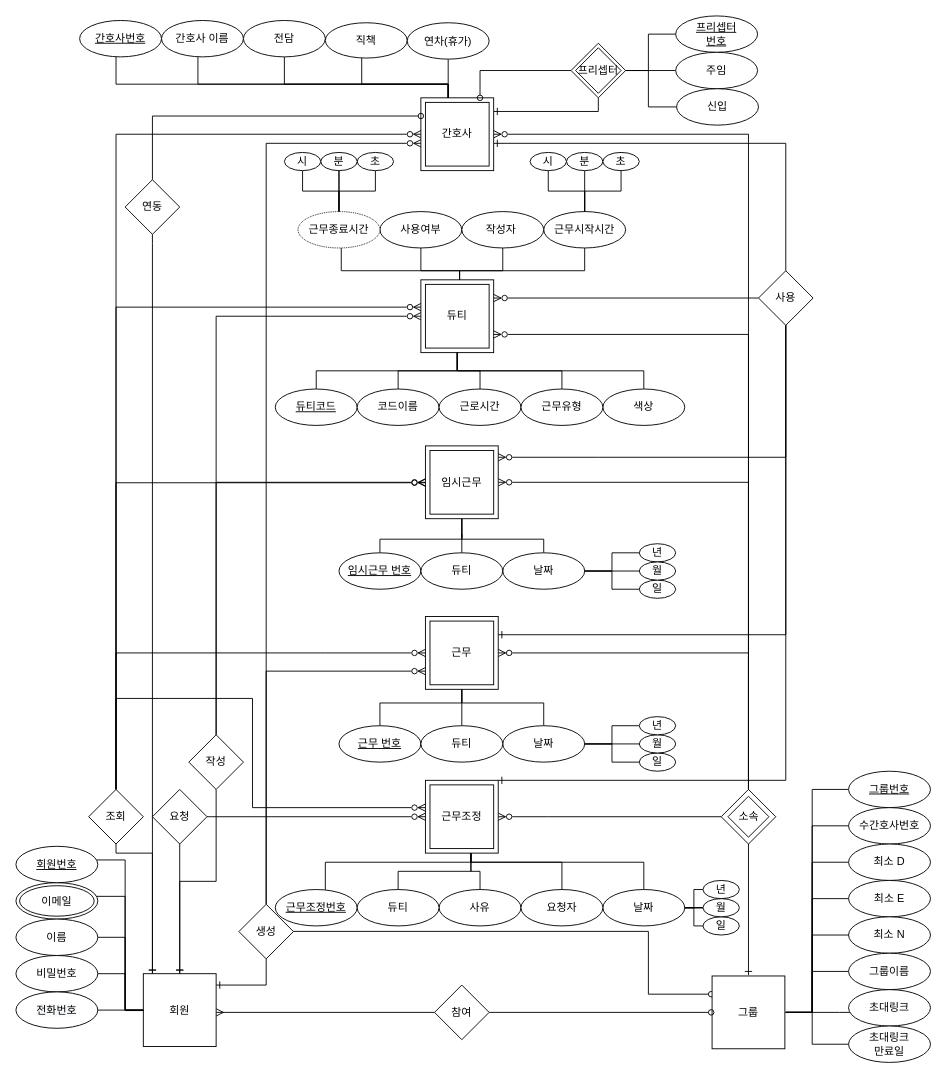
This is Untitled Diagram.drawio from pyoyeongun/webdanseom, a draw.io file, before an edit. Source tidied: cells renumbered, new cells numbered last; positions are measured from the earlier drawing's top-left corner, leaving out a move shared by most shapes. Both pictures are drawn from the tidied source at 91%, with x=0, y=0 at pixel (15, 15).
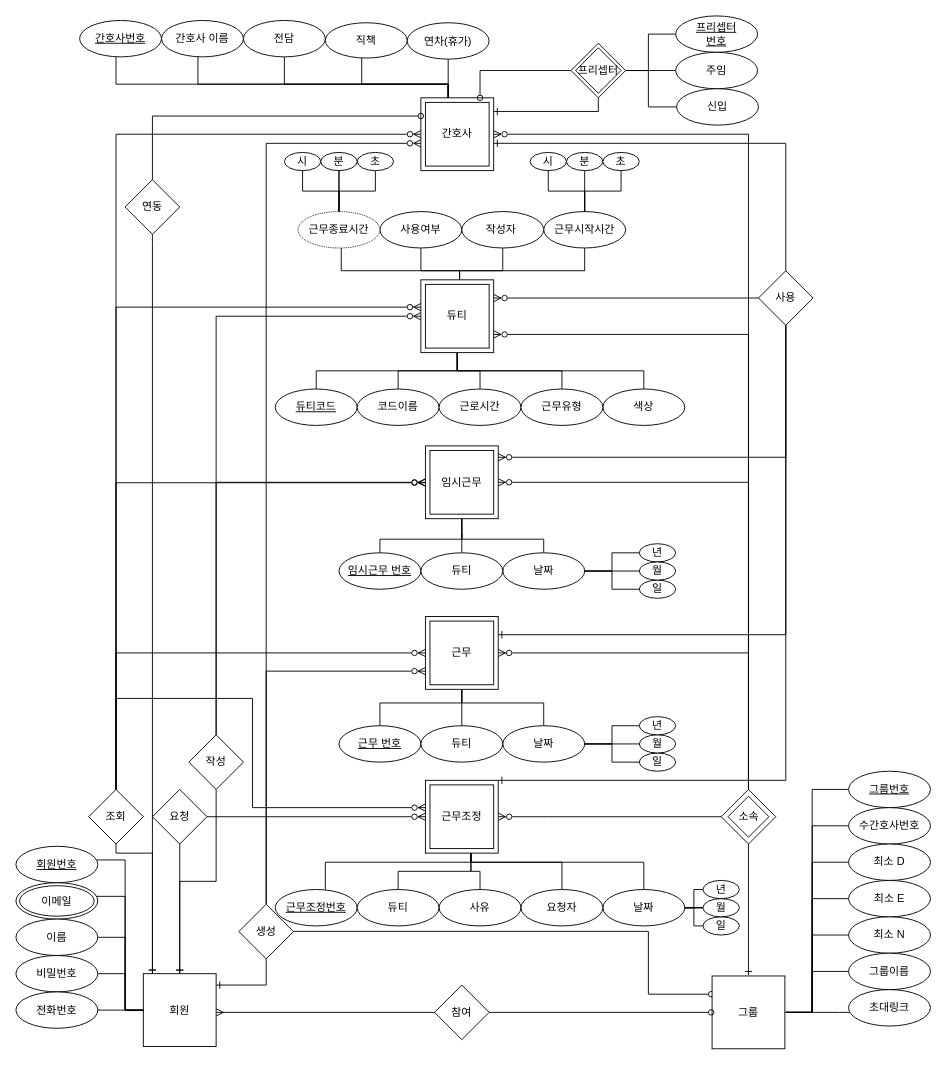
After the change.

Unchanged cells that the change refers to:
```xml
<mxCell id="10" value="그룹" style="whiteSpace=wrap;html=1;perimeterSpacing=1;gradientColor=none;" parent="1" vertex="1">
  <mxGeometry x="765" y="1055" width="80" height="80" as="geometry" />
</mxCell>
```

Change to the diagram source:
```diff
@@
-    <mxCell id="9" style="edgeStyle=orthogonalEdgeStyle;rounded=0;jettySize=auto;html=1;endArrow=none;endFill=0;" parent="1" edge="1" source="10" target="170">
-      <mxGeometry relative="1" as="geometry">
-        <Array as="points">
-          <mxPoint x="875" y="1095" />
-          <mxPoint x="875" y="1130" />
-        </Array>
-      </mxGeometry>
-    </mxCell>
@@
-    <mxCell id="170" value="초대링크&lt;br&gt;만료일" style="ellipse;whiteSpace=wrap;html=1;" parent="1" vertex="1">
-      <mxGeometry x="915" y="1110" width="90" height="40" as="geometry" />
-    </mxCell>
```
